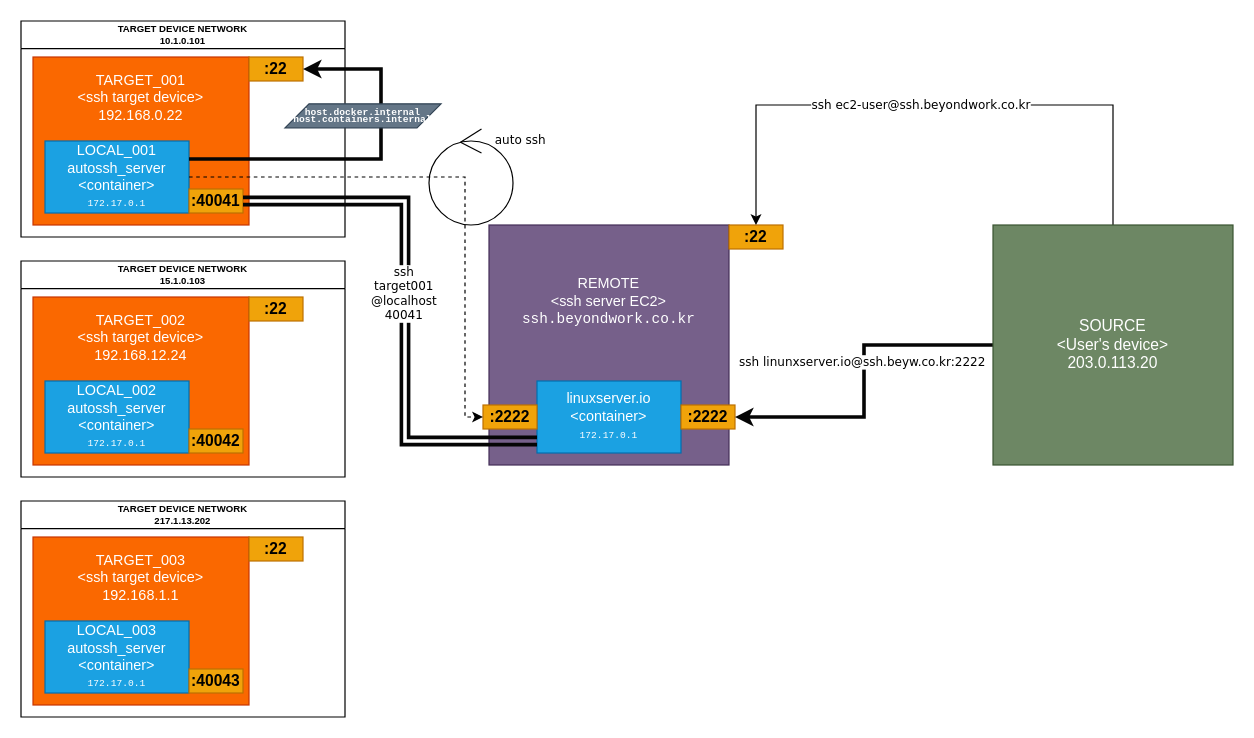
Above: page "Device001" (1 of 3) of auto-ssh-proxy.drawio in duodecanol/drawings (draw.io), before the change. Source tidied: cells renumbered, new cells numbered last; positions are measured from the earlier drawing's top-left corner, leaving out a move shared by most shapes. Both pictures are drawn from the tidied source at 120%, with x=0, y=0 at pixel (20, 20).
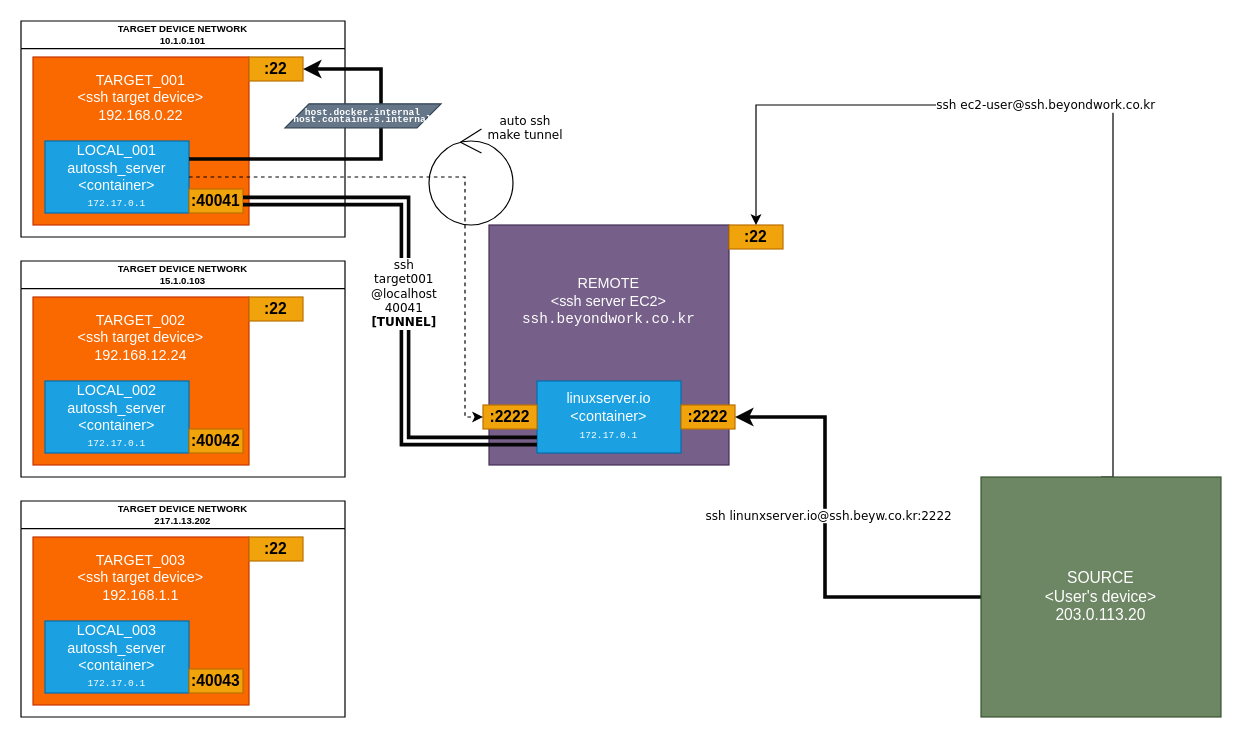
Above is the later version.

The change refers to these unchanged cells:
```xml
<mxCell id="10" value="&lt;b&gt;&lt;font style=&quot;font-size: 13px&quot;&gt;:2222&lt;br&gt;&lt;/font&gt;&lt;/b&gt;" style="whiteSpace=wrap;html=1;fontSize=8;fillColor=#f0a30a;fontColor=#000000;strokeColor=#BD7000;" parent="1" vertex="1">
  <mxGeometry x="550" y="320" width="45" height="20" as="geometry" />
</mxCell>
<mxCell id="17" style="edgeStyle=orthogonalEdgeStyle;rounded=0;sketch=0;jumpStyle=none;jumpSize=10;jettySize=auto;html=1;fontFamily=Verdana;fontSize=10;strokeColor=#050505;strokeWidth=3;entryX=1;entryY=0.5;entryDx=0;entryDy=0;shape=link;" parent="1" edge="1" source="3" target="7">
  <mxGeometry relative="1" as="geometry">
    <Array as="points">
      <mxPoint x="320" y="350" />
      <mxPoint x="320" y="150" />
    </Array>
  </mxGeometry>
</mxCell>
```

What changed in the source:
```diff
@@
     <mxCell id="12" style="edgeStyle=orthogonalEdgeStyle;rounded=0;jettySize=auto;html=1;entryX=1;entryY=0.5;entryDx=0;entryDy=0;fontSize=13;strokeWidth=3;strokeColor=#050505;jumpStyle=none;sketch=0;jumpSize=10;" parent="1" edge="1" source="16" target="10">
-      <mxGeometry relative="1" as="geometry" />
+      <mxGeometry relative="1" as="geometry">
+        <Array as="points">
+          <mxPoint x="670" y="480" />
+          <mxPoint x="670" y="330" />
+        </Array>
+      </mxGeometry>
     </mxCell>
     <mxCell id="13" value="ssh linunxserver.io@ssh.beyw.co.kr:2222" style="edgeLabel;html=1;align=center;verticalAlign=middle;fontSize=10;fontFamily=Verdana;" parent="12" vertex="1">
-      <mxGeometry x="-0.12" y="-2" relative="1" as="geometry" />
+      <mxGeometry x="-0.12" y="-2" relative="1" as="geometry">
+        <mxPoint y="-43" as="offset" />
+      </mxGeometry>
     </mxCell>
@@
     <mxCell id="16" value="SOURCE&lt;br&gt;&amp;lt;User's device&amp;gt;&lt;br&gt;203.0.113.20" style="whiteSpace=wrap;html=1;fontSize=13;fillColor=#6d8764;fontColor=#ffffff;strokeColor=#3A5431;" parent="1" vertex="1">
-      <mxGeometry x="810" y="170" width="200" height="200" as="geometry" />
+      <mxGeometry x="800" y="380" width="200" height="200" as="geometry" />
     </mxCell>
@@
-    <mxCell id="18" value="ssh&lt;br&gt;target001&lt;br&gt;@localhost&lt;br&gt;40041" style="edgeLabel;html=1;align=center;verticalAlign=middle;fontSize=10;fontFamily=Verdana;" parent="17" vertex="1">
+    <mxCell id="18" value="ssh&lt;br&gt;target001&lt;br&gt;@localhost&lt;br&gt;40041&lt;br&gt;&lt;b&gt;[TUNNEL]&lt;/b&gt;" style="edgeLabel;html=1;align=center;verticalAlign=middle;fontSize=10;fontFamily=Verdana;" parent="17" vertex="1">
       <mxGeometry x="0.05" y="2" relative="1" as="geometry" />
     </mxCell>
@@
-    <mxCell id="33" value="auto ssh" style="text;html=1;align=center;verticalAlign=middle;strokeColor=none;fillColor=none;fontSize=10;fontFamily=Verdana;" parent="1" vertex="1">
-      <mxGeometry x="386" y="89" width="60" height="20" as="geometry" />
+    <mxCell id="33" value="auto ssh &lt;br&gt;make tunnel" style="text;html=1;align=center;verticalAlign=middle;strokeColor=none;fillColor=none;fontSize=10;fontFamily=Verdana;" parent="1" vertex="1">
+      <mxGeometry x="380" y="74" width="80" height="30" as="geometry" />
     </mxCell>
```
